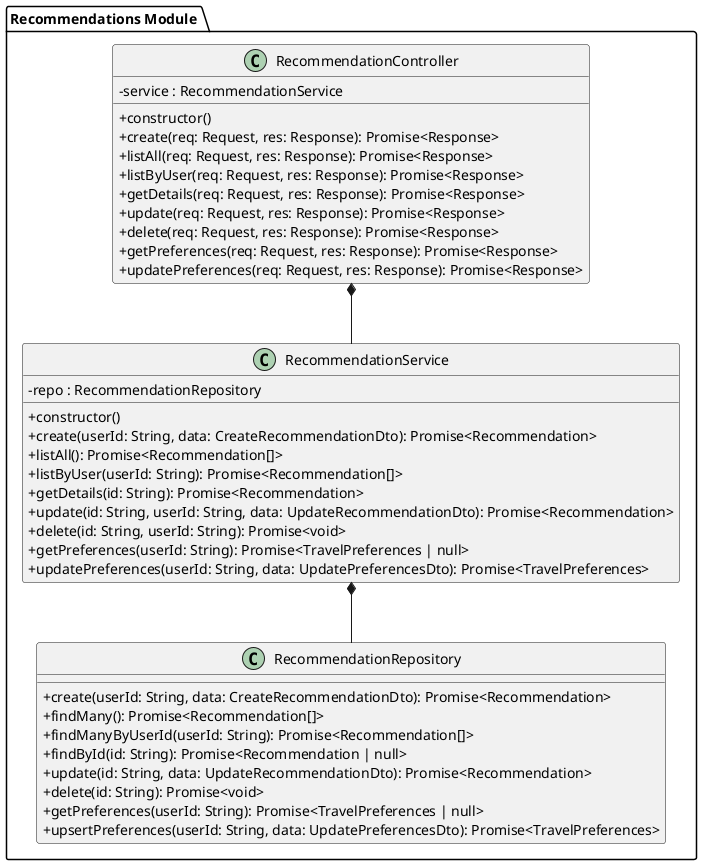
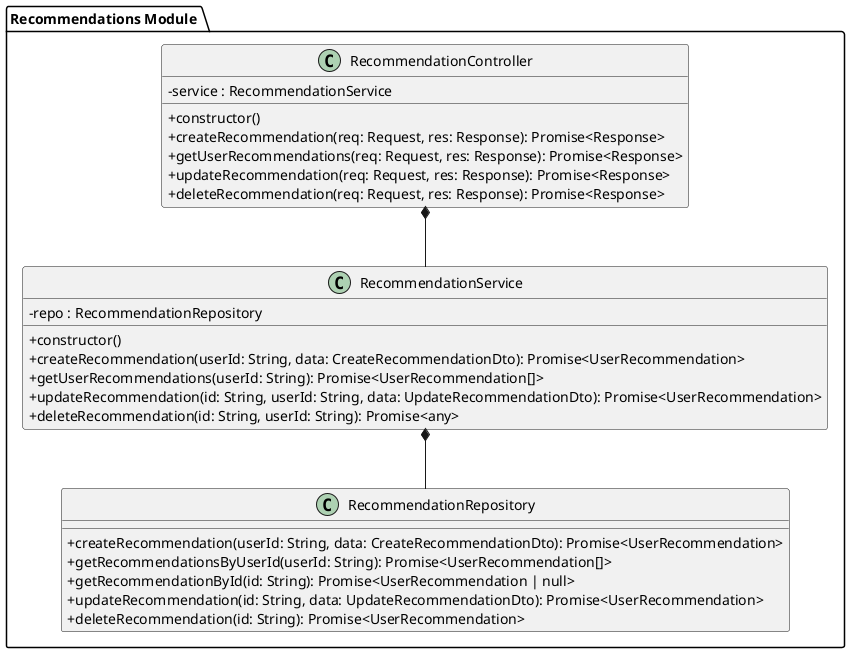
@startuml Class_Recommendation

skinparam linetype ortho
skinparam classAttributeIconSize 0

package "Recommendations Module " {

  class "RecommendationController" as RecommendationController {
    - service : RecommendationService
    + constructor()
-     + create(req: Request, res: Response): Promise<Response>
-     + listAll(req: Request, res: Response): Promise<Response>
-     + listByUser(req: Request, res: Response): Promise<Response>
-     + getDetails(req: Request, res: Response): Promise<Response>
-     + update(req: Request, res: Response): Promise<Response>
-     + delete(req: Request, res: Response): Promise<Response>
-     + getPreferences(req: Request, res: Response): Promise<Response>
-     + updatePreferences(req: Request, res: Response): Promise<Response>
+     + createRecommendation(req: Request, res: Response): Promise<Response>
+     + getUserRecommendations(req: Request, res: Response): Promise<Response>
+     + updateRecommendation(req: Request, res: Response): Promise<Response>
+     + deleteRecommendation(req: Request, res: Response): Promise<Response>
  }

  class "RecommendationService" as RecommendationService {
    - repo : RecommendationRepository
    + constructor()
-     + create(userId: String, data: CreateRecommendationDto): Promise<Recommendation>
-     + listAll(): Promise<Recommendation[]>
-     + listByUser(userId: String): Promise<Recommendation[]>
-     + getDetails(id: String): Promise<Recommendation>
-     + update(id: String, userId: String, data: UpdateRecommendationDto): Promise<Recommendation>
-     + delete(id: String, userId: String): Promise<void>
-     + getPreferences(userId: String): Promise<TravelPreferences | null>
-     + updatePreferences(userId: String, data: UpdatePreferencesDto): Promise<TravelPreferences>
+     + createRecommendation(userId: String, data: CreateRecommendationDto): Promise<UserRecommendation>
+     + getUserRecommendations(userId: String): Promise<UserRecommendation[]>
+     + updateRecommendation(id: String, userId: String, data: UpdateRecommendationDto): Promise<UserRecommendation>
+     + deleteRecommendation(id: String, userId: String): Promise<any>
  }

  class "RecommendationRepository" as RecommendationRepository {
-     + create(userId: String, data: CreateRecommendationDto): Promise<Recommendation>
-     + findMany(): Promise<Recommendation[]>
-     + findManyByUserId(userId: String): Promise<Recommendation[]>
-     + findById(id: String): Promise<Recommendation | null>
-     + update(id: String, data: UpdateRecommendationDto): Promise<Recommendation>
-     + delete(id: String): Promise<void>
-     + getPreferences(userId: String): Promise<TravelPreferences | null>
-     + upsertPreferences(userId: String, data: UpdatePreferencesDto): Promise<TravelPreferences>
+     + createRecommendation(userId: String, data: CreateRecommendationDto): Promise<UserRecommendation>
+     + getRecommendationsByUserId(userId: String): Promise<UserRecommendation[]>
+     + getRecommendationById(id: String): Promise<UserRecommendation | null>
+     + updateRecommendation(id: String, data: UpdateRecommendationDto): Promise<UserRecommendation>
+     + deleteRecommendation(id: String): Promise<UserRecommendation>
  }
}

RecommendationController *-- RecommendationService
RecommendationService *-- RecommendationRepository

@enduml
